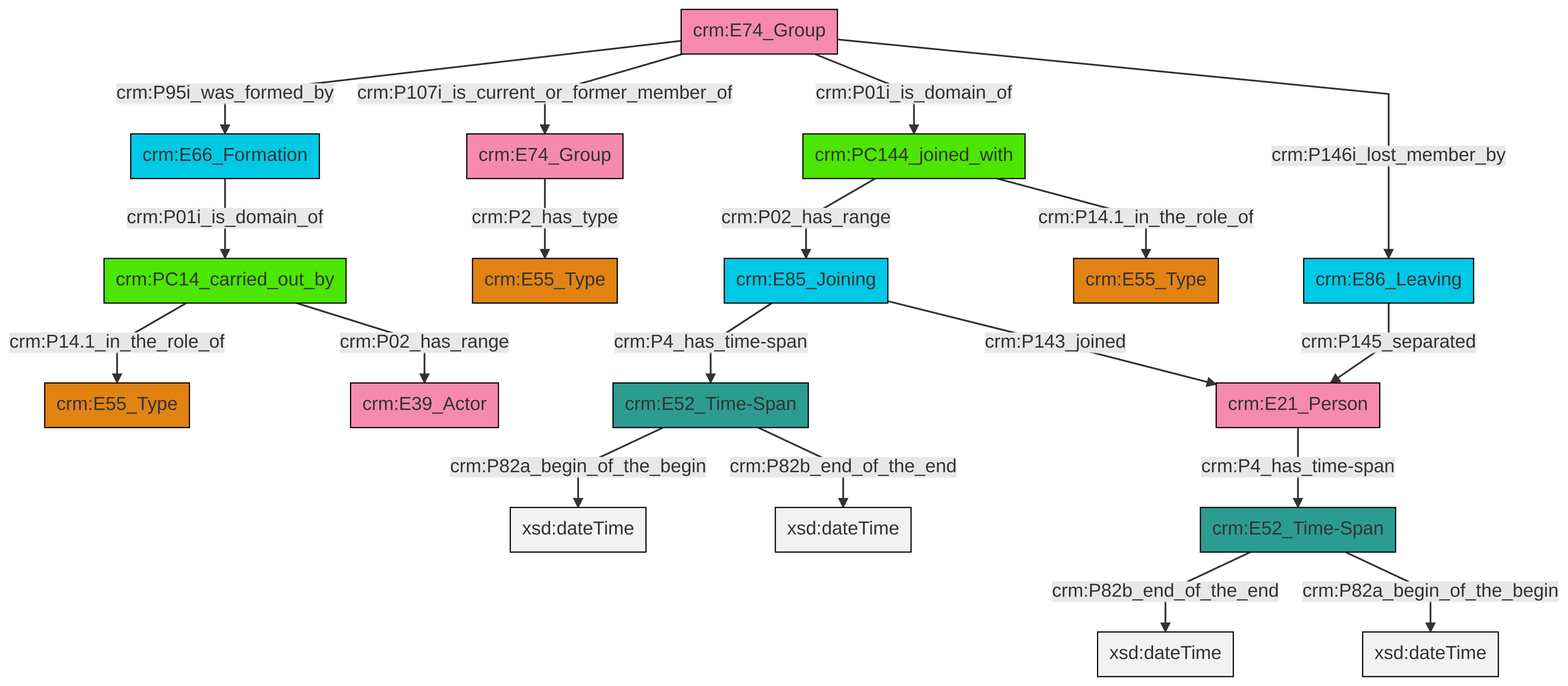
Above: et/groupCSV/ttl/mmd/png/group_actor_relations.png in swiss-art-research-net/docs.swissartresearch (Mermaid), before the change. Its source is kept beside it as et/groupCSV/ttl/mmd/group_actor_relations.ttl.mmd.
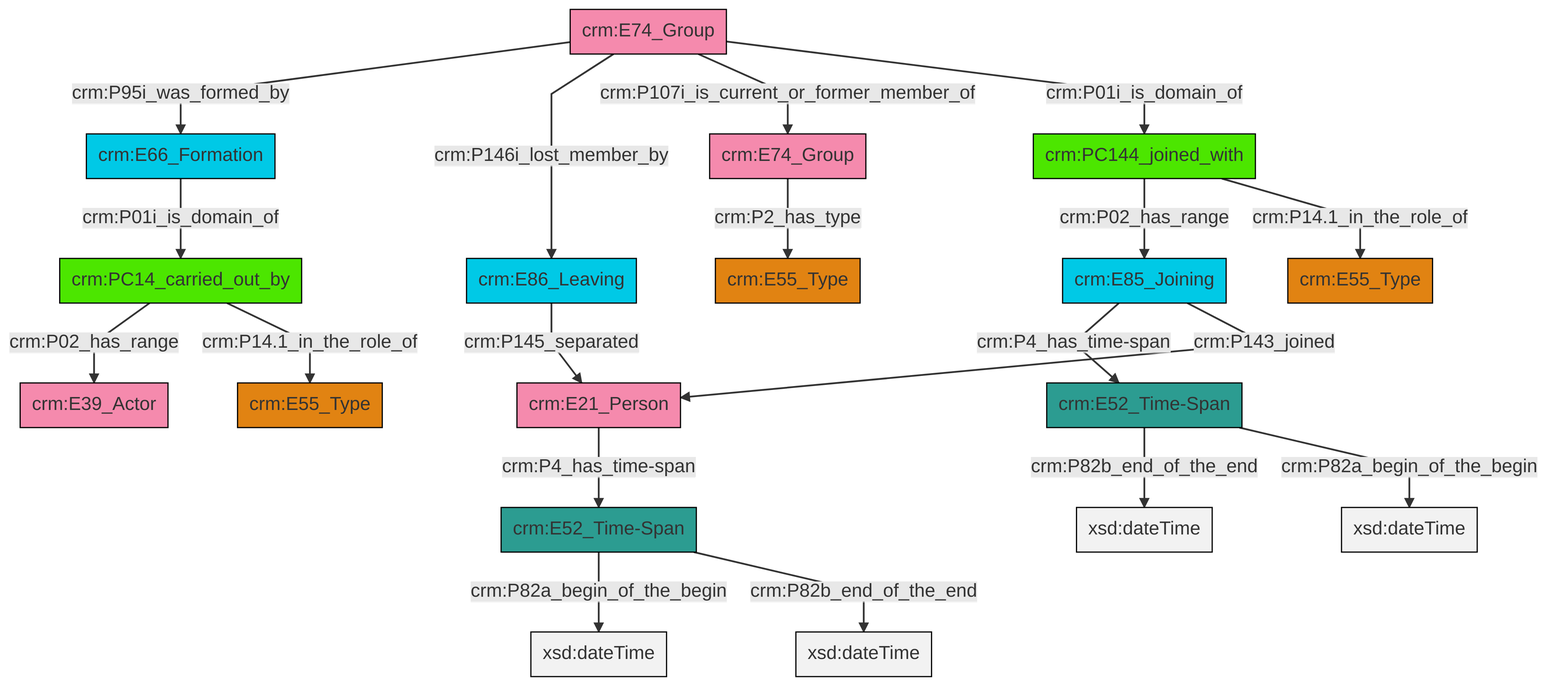
Above is the later version.

What changed in the source:
```diff
@@ -13,21 +13,21 @@
 classDef PC_Classes fill:#4ce600, stroke:#000000;
 classDef Multi fill:#cccccc,stroke:#000000;
 
-0["crm:E21_Person"]:::Actor -->|crm:P4_has_time-span| 1["crm:E52_Time-Span"]:::Time-Span
-4["crm:E74_Group"]:::Actor -->|crm:P95i_was_formed_by| 2["crm:E66_Formation"]:::Temporal_Entity
-4["crm:E74_Group"]:::Actor -->|crm:P107i_is_current_or_former_member_of| 8["crm:E74_Group"]:::Actor
-9["crm:PC14_carried_out_by"]:::PC_Classes -->|crm:P14.1_in_the_role_of| 5["crm:E55_Type"]:::Type
-12["crm:E86_Leaving"]:::Temporal_Entity -->|crm:P145_separated| 0["crm:E21_Person"]:::Actor
-1["crm:E52_Time-Span"]:::Time-Span -->|crm:P82b_end_of_the_end| 18[xsd:dateTime]:::Literal
-19["crm:PC144_joined_with"]:::PC_Classes -->|crm:P02_has_range| 20["crm:E85_Joining"]:::Temporal_Entity
-8["crm:E74_Group"]:::Actor -->|crm:P2_has_type| 16["crm:E55_Type"]:::Type
-1["crm:E52_Time-Span"]:::Time-Span -->|crm:P82a_begin_of_the_begin| 21[xsd:dateTime]:::Literal
-20["crm:E85_Joining"]:::Temporal_Entity -->|crm:P4_has_time-span| 14["crm:E52_Time-Span"]:::Time-Span
-2["crm:E66_Formation"]:::Temporal_Entity -->|crm:P01i_is_domain_of| 9["crm:PC14_carried_out_by"]:::PC_Classes
-9["crm:PC14_carried_out_by"]:::PC_Classes -->|crm:P02_has_range| 25["crm:E39_Actor"]:::Actor
-19["crm:PC144_joined_with"]:::PC_Classes -->|crm:P14.1_in_the_role_of| 10["crm:E55_Type"]:::Type
-4["crm:E74_Group"]:::Actor -->|crm:P01i_is_domain_of| 19["crm:PC144_joined_with"]:::PC_Classes
-14["crm:E52_Time-Span"]:::Time-Span -->|crm:P82a_begin_of_the_begin| 30[xsd:dateTime]:::Literal
-20["crm:E85_Joining"]:::Temporal_Entity -->|crm:P143_joined| 0["crm:E21_Person"]:::Actor
-4["crm:E74_Group"]:::Actor -->|crm:P146i_lost_member_by| 12["crm:E86_Leaving"]:::Temporal_Entity
-14["crm:E52_Time-Span"]:::Time-Span -->|crm:P82b_end_of_the_end| 34[xsd:dateTime]:::Literal
+0["crm:E74_Group"]:::Actor -->|crm:P95i_was_formed_by| 1["crm:E66_Formation"]:::Temporal_Entity
+4["crm:E21_Person"]:::Actor -->|crm:P4_has_time-span| 2["crm:E52_Time-Span"]:::Time-Span
+5["crm:E85_Joining"]:::Temporal_Entity -->|crm:P4_has_time-span| 6["crm:E52_Time-Span"]:::Time-Span
+8["crm:E74_Group"]:::Actor -->|crm:P2_has_type| 9["crm:E55_Type"]:::Type
+2["crm:E52_Time-Span"]:::Time-Span -->|crm:P82a_begin_of_the_begin| 10[xsd:dateTime]:::Literal
+6["crm:E52_Time-Span"]:::Time-Span -->|crm:P82b_end_of_the_end| 13[xsd:dateTime]:::Literal
+15["crm:PC144_joined_with"]:::PC_Classes -->|crm:P02_has_range| 5["crm:E85_Joining"]:::Temporal_Entity
+0["crm:E74_Group"]:::Actor -->|crm:P146i_lost_member_by| 11["crm:E86_Leaving"]:::Temporal_Entity
+5["crm:E85_Joining"]:::Temporal_Entity -->|crm:P143_joined| 4["crm:E21_Person"]:::Actor
+26["crm:PC14_carried_out_by"]:::PC_Classes -->|crm:P02_has_range| 17["crm:E39_Actor"]:::Actor
+0["crm:E74_Group"]:::Actor -->|crm:P107i_is_current_or_former_member_of| 8["crm:E74_Group"]:::Actor
+2["crm:E52_Time-Span"]:::Time-Span -->|crm:P82b_end_of_the_end| 31[xsd:dateTime]:::Literal
+1["crm:E66_Formation"]:::Temporal_Entity -->|crm:P01i_is_domain_of| 26["crm:PC14_carried_out_by"]:::PC_Classes
+0["crm:E74_Group"]:::Actor -->|crm:P01i_is_domain_of| 15["crm:PC144_joined_with"]:::PC_Classes
+26["crm:PC14_carried_out_by"]:::PC_Classes -->|crm:P14.1_in_the_role_of| 19["crm:E55_Type"]:::Type
+11["crm:E86_Leaving"]:::Temporal_Entity -->|crm:P145_separated| 4["crm:E21_Person"]:::Actor
+15["crm:PC144_joined_with"]:::PC_Classes -->|crm:P14.1_in_the_role_of| 29["crm:E55_Type"]:::Type
+6["crm:E52_Time-Span"]:::Time-Span -->|crm:P82a_begin_of_the_begin| 34[xsd:dateTime]:::Literal
```
